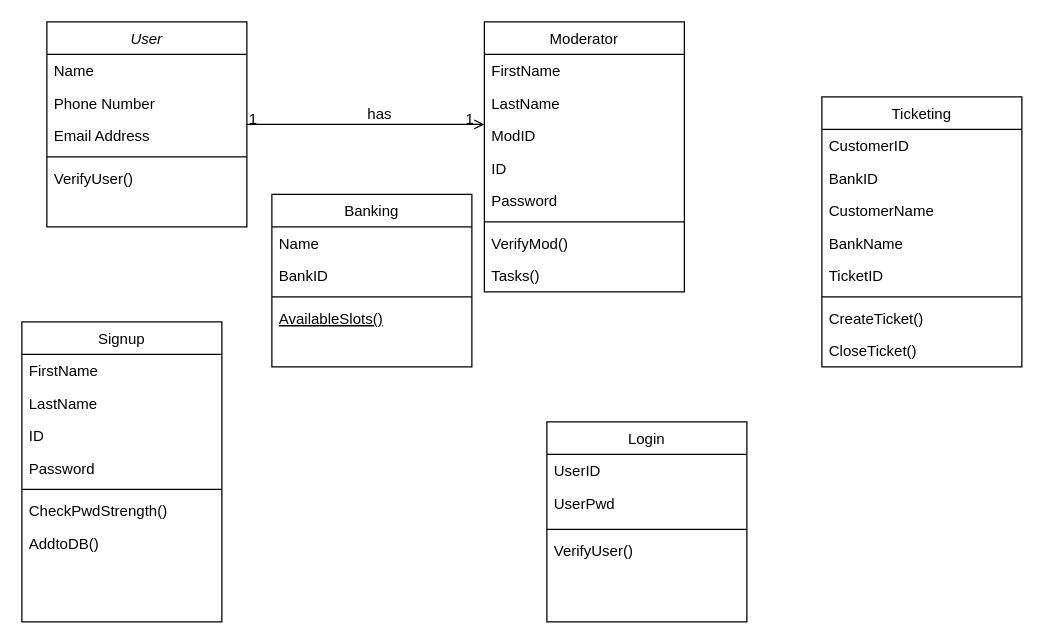
razashahid107/OOP-Project keeps this draw.io diagram as Untitled Diagram.drawio. Above is the earlier version. Source tidied: cells renumbered, new cells numbered last; positions are measured from the earlier drawing's top-left corner, leaving out a move shared by most shapes. Both pictures are drawn from the tidied source at 125%, with x=0, y=0 at pixel (21, 21).
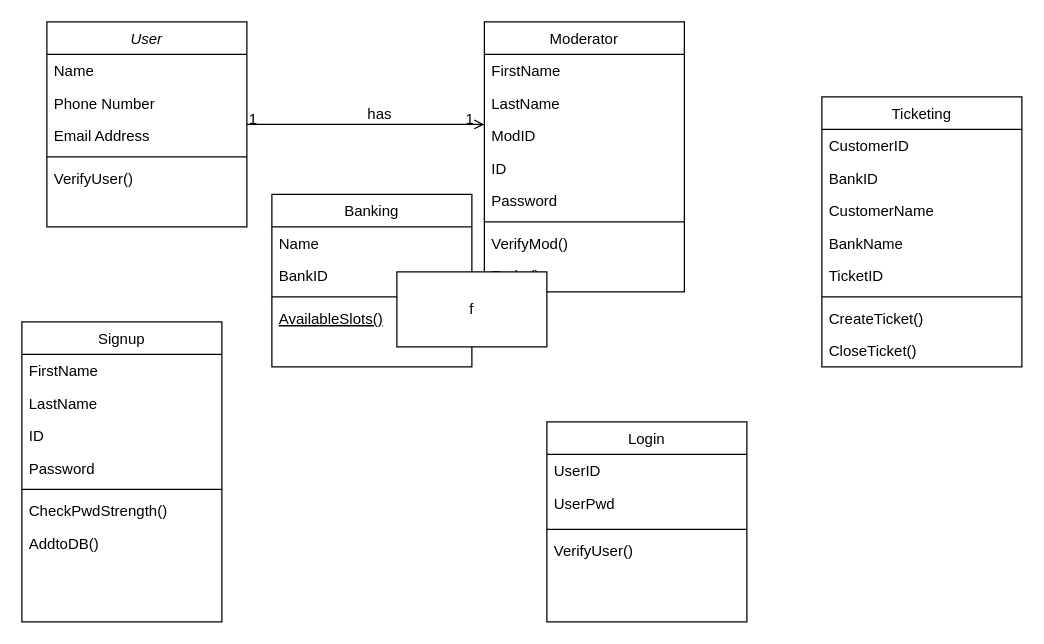
Above is the later version.

Commit message:
Rename this to ClassDiagramMobtik

The edit, as a diff of the source:
```diff
@@
+    <mxCell id="48" value="f" style="whiteSpace=wrap;html=1;" parent="1" vertex="1">
+      <mxGeometry x="300" y="200" width="120" height="60" as="geometry" />
+    </mxCell>
```
